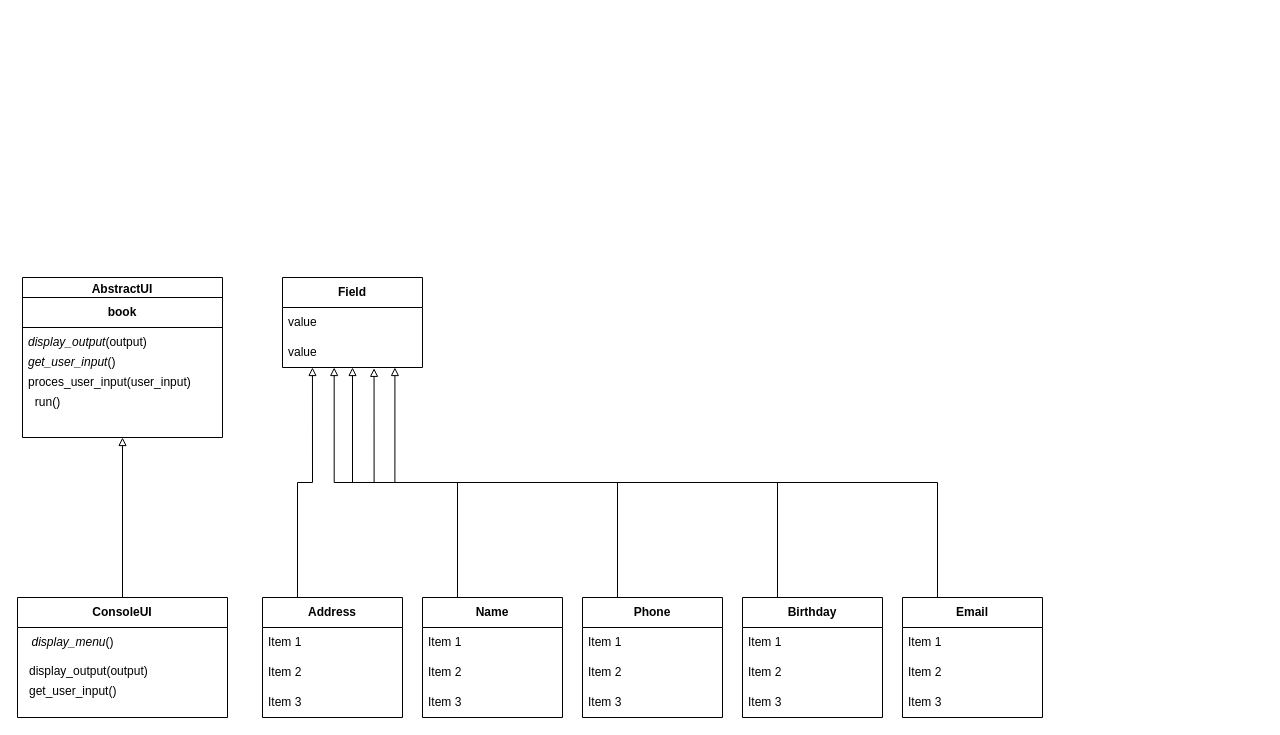
Above: M2/Untitled Diagram.drawio in olegdenko/Python_Web1_1 (draw.io), before the change. Source tidied: cells renumbered, new cells numbered last; positions are measured from the earlier drawing's top-left corner, leaving out a move shared by most shapes. Both pictures are drawn from the tidied source at 100%, with x=0, y=0 at pixel (17, 277).
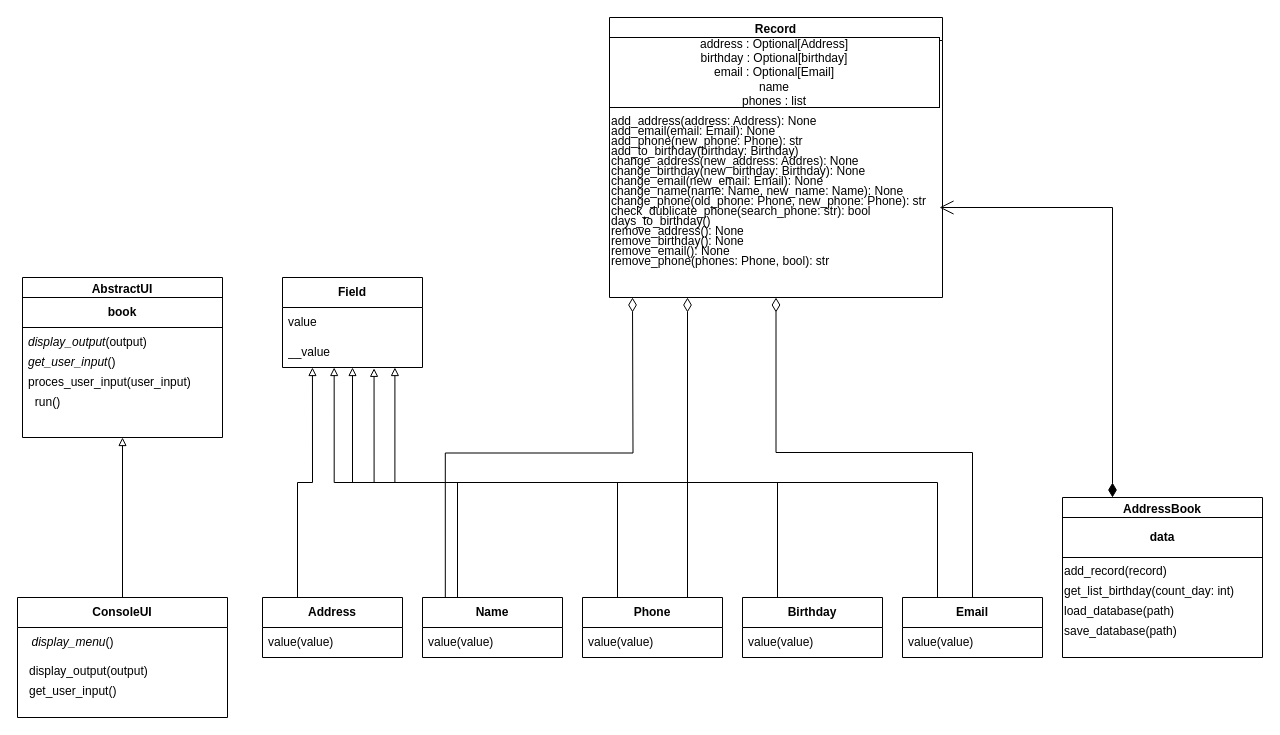
After the change.

Unchanged cells that the change refers to:
```xml
<mxCell id="13" value="&lt;b&gt;Field&lt;/b&gt;" style="swimlane;fontStyle=0;horizontal=1;startSize=30;whiteSpace=wrap;html=1;" parent="1" vertex="1">
  <mxGeometry x="265" width="140" height="90" as="geometry" />
</mxCell>
```

Change to the diagram source:
```diff
@@
-    <mxCell id="15" value="value" style="text;strokeColor=none;fillColor=none;align=left;verticalAlign=middle;spacingLeft=4;spacingRight=4;overflow=hidden;points=[[0,0.5],[1,0.5]];portConstraint=eastwest;whiteSpace=wrap;html=1;" parent="13" vertex="1">
+    <mxCell id="15" value="__value" style="text;strokeColor=none;fillColor=none;align=left;verticalAlign=middle;spacingLeft=4;spacingRight=4;overflow=hidden;points=[[0,0.5],[1,0.5]];portConstraint=eastwest;whiteSpace=wrap;html=1;" parent="13" vertex="1">
       <mxGeometry y="60" width="140" height="30" as="geometry" />
     </mxCell>
@@
+    <mxCell id="41" style="edgeStyle=orthogonalEdgeStyle;rounded=0;jettySize=auto;html=1;exitX=0.163;exitY=0.008;exitDx=0;exitDy=0;endArrow=diamondThin;endFill=0;endSize=12;exitPerimeter=0;" parent="1" edge="1" source="22">
+      <mxGeometry relative="1" as="geometry">
+        <mxPoint x="615" y="20" as="targetPoint" />
+      </mxGeometry>
+    </mxCell>
     <mxCell id="17" value="&lt;b&gt;Address&lt;/b&gt;" style="swimlane;fontStyle=0;horizontal=1;startSize=30;whiteSpace=wrap;html=1;" parent="1" vertex="1">
-      <mxGeometry x="245" y="320" width="140" height="120" as="geometry" />
+      <mxGeometry x="245" y="320" width="140" height="60" as="geometry" />
     </mxCell>
-    <mxCell id="18" value="Item 1" style="text;strokeColor=none;fillColor=none;align=left;verticalAlign=middle;spacingLeft=4;spacingRight=4;overflow=hidden;whiteSpace=wrap;html=1;" parent="17" vertex="1">
+    <mxCell id="18" value="value(value)" style="text;strokeColor=none;fillColor=none;align=left;verticalAlign=middle;spacingLeft=4;spacingRight=4;overflow=hidden;whiteSpace=wrap;html=1;" parent="17" vertex="1">
       <mxGeometry y="30" width="140" height="30" as="geometry" />
     </mxCell>
-    <mxCell id="19" value="Item 2" style="text;strokeColor=none;fillColor=none;align=left;verticalAlign=middle;spacingLeft=4;spacingRight=4;overflow=hidden;whiteSpace=wrap;html=1;" parent="17" vertex="1">
-      <mxGeometry y="60" width="140" height="30" as="geometry" />
-    </mxCell>
-    <mxCell id="20" value="Item 3" style="text;strokeColor=none;fillColor=none;align=left;verticalAlign=middle;spacingLeft=4;spacingRight=4;overflow=hidden;whiteSpace=wrap;html=1;" parent="17" vertex="1">
-      <mxGeometry y="90" width="140" height="30" as="geometry" />
-    </mxCell>
@@
     <mxCell id="22" value="&lt;b&gt;Name&lt;/b&gt;" style="swimlane;fontStyle=0;horizontal=1;startSize=30;whiteSpace=wrap;html=1;" parent="1" vertex="1">
-      <mxGeometry x="405" y="320" width="140" height="120" as="geometry" />
+      <mxGeometry x="405" y="320" width="140" height="60" as="geometry" />
     </mxCell>
-    <mxCell id="23" value="Item 1" style="text;strokeColor=none;fillColor=none;align=left;verticalAlign=middle;spacingLeft=4;spacingRight=4;overflow=hidden;whiteSpace=wrap;html=1;" parent="22" vertex="1">
+    <mxCell id="23" value="value(value)" style="text;strokeColor=none;fillColor=none;align=left;verticalAlign=middle;spacingLeft=4;spacingRight=4;overflow=hidden;whiteSpace=wrap;html=1;" parent="22" vertex="1">
       <mxGeometry y="30" width="140" height="30" as="geometry" />
     </mxCell>
-    <mxCell id="24" value="Item 2" style="text;strokeColor=none;fillColor=none;align=left;verticalAlign=middle;spacingLeft=4;spacingRight=4;overflow=hidden;whiteSpace=wrap;html=1;" parent="22" vertex="1">
-      <mxGeometry y="60" width="140" height="30" as="geometry" />
-    </mxCell>
-    <mxCell id="25" value="Item 3" style="text;strokeColor=none;fillColor=none;align=left;verticalAlign=middle;spacingLeft=4;spacingRight=4;overflow=hidden;whiteSpace=wrap;html=1;" parent="22" vertex="1">
-      <mxGeometry y="90" width="140" height="30" as="geometry" />
-    </mxCell>
@@
+    <mxCell id="42" style="edgeStyle=orthogonalEdgeStyle;rounded=0;jettySize=auto;html=1;exitX=0.75;exitY=0;exitDx=0;exitDy=0;endArrow=diamondThin;endFill=0;strokeWidth=1;endSize=12;" parent="1" edge="1" source="27">
+      <mxGeometry relative="1" as="geometry">
+        <mxPoint x="670" y="20" as="targetPoint" />
+      </mxGeometry>
+    </mxCell>
     <mxCell id="27" value="&lt;b&gt;Phone&lt;/b&gt;" style="swimlane;fontStyle=0;horizontal=1;startSize=30;whiteSpace=wrap;html=1;" parent="1" vertex="1">
-      <mxGeometry x="565" y="320" width="140" height="120" as="geometry" />
+      <mxGeometry x="565" y="320" width="140" height="60" as="geometry" />
     </mxCell>
-    <mxCell id="28" value="Item 1" style="text;strokeColor=none;fillColor=none;align=left;verticalAlign=middle;spacingLeft=4;spacingRight=4;overflow=hidden;whiteSpace=wrap;html=1;" parent="27" vertex="1">
+    <mxCell id="28" value="value(value)" style="text;strokeColor=none;fillColor=none;align=left;verticalAlign=middle;spacingLeft=4;spacingRight=4;overflow=hidden;whiteSpace=wrap;html=1;" parent="27" vertex="1">
       <mxGeometry y="30" width="140" height="30" as="geometry" />
     </mxCell>
-    <mxCell id="29" value="Item 2" style="text;strokeColor=none;fillColor=none;align=left;verticalAlign=middle;spacingLeft=4;spacingRight=4;overflow=hidden;whiteSpace=wrap;html=1;" parent="27" vertex="1">
-      <mxGeometry y="60" width="140" height="30" as="geometry" />
-    </mxCell>
-    <mxCell id="30" value="Item 3" style="text;strokeColor=none;fillColor=none;align=left;verticalAlign=middle;spacingLeft=4;spacingRight=4;overflow=hidden;whiteSpace=wrap;html=1;" parent="27" vertex="1">
-      <mxGeometry y="90" width="140" height="30" as="geometry" />
-    </mxCell>
@@
     <mxCell id="32" value="&lt;b&gt;Birthday&lt;/b&gt;" style="swimlane;fontStyle=0;horizontal=1;startSize=30;whiteSpace=wrap;html=1;" parent="1" vertex="1">
-      <mxGeometry x="725" y="320" width="140" height="120" as="geometry" />
+      <mxGeometry x="725" y="320" width="140" height="60" as="geometry" />
     </mxCell>
-    <mxCell id="33" value="Item 1" style="text;strokeColor=none;fillColor=none;align=left;verticalAlign=middle;spacingLeft=4;spacingRight=4;overflow=hidden;whiteSpace=wrap;html=1;" parent="32" vertex="1">
+    <mxCell id="33" value="value(value)" style="text;strokeColor=none;fillColor=none;align=left;verticalAlign=middle;spacingLeft=4;spacingRight=4;overflow=hidden;whiteSpace=wrap;html=1;" parent="32" vertex="1">
       <mxGeometry y="30" width="140" height="30" as="geometry" />
     </mxCell>
-    <mxCell id="34" value="Item 2" style="text;strokeColor=none;fillColor=none;align=left;verticalAlign=middle;spacingLeft=4;spacingRight=4;overflow=hidden;whiteSpace=wrap;html=1;" parent="32" vertex="1">
-      <mxGeometry y="60" width="140" height="30" as="geometry" />
-    </mxCell>
-    <mxCell id="35" value="Item 3" style="text;strokeColor=none;fillColor=none;align=left;verticalAlign=middle;spacingLeft=4;spacingRight=4;overflow=hidden;whiteSpace=wrap;html=1;" parent="32" vertex="1">
-      <mxGeometry y="90" width="140" height="30" as="geometry" />
-    </mxCell>
@@
+    <mxCell id="43" style="edgeStyle=orthogonalEdgeStyle;rounded=0;jettySize=auto;html=1;exitX=0.5;exitY=0;exitDx=0;exitDy=0;entryX=0.5;entryY=1;entryDx=0;entryDy=0;endArrow=diamondThin;endFill=0;endSize=12;" parent="1" edge="1" source="37" target="44">
+      <mxGeometry relative="1" as="geometry" />
+    </mxCell>
     <mxCell id="37" value="&lt;b&gt;Email&lt;/b&gt;" style="swimlane;fontStyle=0;horizontal=1;startSize=30;whiteSpace=wrap;html=1;" parent="1" vertex="1">
-      <mxGeometry x="885" y="320" width="140" height="120" as="geometry" />
+      <mxGeometry x="885" y="320" width="140" height="60" as="geometry" />
     </mxCell>
-    <mxCell id="38" value="Item 1" style="text;strokeColor=none;fillColor=none;align=left;verticalAlign=middle;spacingLeft=4;spacingRight=4;overflow=hidden;whiteSpace=wrap;html=1;" parent="37" vertex="1">
+    <mxCell id="38" value="value(value)" style="text;strokeColor=none;fillColor=none;align=left;verticalAlign=middle;spacingLeft=4;spacingRight=4;overflow=hidden;whiteSpace=wrap;html=1;" parent="37" vertex="1">
       <mxGeometry y="30" width="140" height="30" as="geometry" />
     </mxCell>
-    <mxCell id="39" value="Item 2" style="text;strokeColor=none;fillColor=none;align=left;verticalAlign=middle;spacingLeft=4;spacingRight=4;overflow=hidden;whiteSpace=wrap;html=1;" parent="37" vertex="1">
-      <mxGeometry y="60" width="140" height="30" as="geometry" />
-    </mxCell>
-    <mxCell id="40" value="Item 3" style="text;strokeColor=none;fillColor=none;align=left;verticalAlign=middle;spacingLeft=4;spacingRight=4;overflow=hidden;whiteSpace=wrap;html=1;" parent="37" vertex="1">
-      <mxGeometry y="90" width="140" height="30" as="geometry" />
-    </mxCell>
+    <mxCell id="44" value="Record" style="swimlane;whiteSpace=wrap;html=1;" parent="1" vertex="1">
+      <mxGeometry x="592" y="-260" width="333" height="280" as="geometry" />
+    </mxCell>
+    <mxCell id="45" value="address : Optional[Address]&lt;br&gt;birthday : Optional[birthday]&lt;br&gt;email : Optional[Email]&lt;br&gt;name&lt;br&gt;phones : list" style="rounded=0;whiteSpace=wrap;html=1;" parent="44" vertex="1">
+      <mxGeometry y="20" width="330" height="70" as="geometry" />
+    </mxCell>
+    <mxCell id="46" value="add_address(address: Address): None" style="text;whiteSpace=wrap;html=1;" parent="44" vertex="1">
+      <mxGeometry y="90" width="250" height="40" as="geometry" />
+    </mxCell>
+    <mxCell id="47" value="add_email(email: Email): None" style="text;whiteSpace=wrap;html=1;" parent="44" vertex="1">
+      <mxGeometry y="100" width="250" height="40" as="geometry" />
+    </mxCell>
+    <mxCell id="48" value="add_phone(new_phone: Phone): str" style="text;whiteSpace=wrap;html=1;" parent="44" vertex="1">
+      <mxGeometry y="110" width="250" height="40" as="geometry" />
+    </mxCell>
+    <mxCell id="49" value="add_to_birthday(birthday: Birthday)" style="text;whiteSpace=wrap;html=1;" parent="44" vertex="1">
+      <mxGeometry y="120" width="250" height="40" as="geometry" />
+    </mxCell>
+    <mxCell id="50" value="change_birthday(new_birthday: Birthday): None" style="text;whiteSpace=wrap;html=1;" parent="44" vertex="1">
+      <mxGeometry y="140" width="320" height="40" as="geometry" />
+    </mxCell>
+    <mxCell id="51" value="change_address(new_address: Addres): None" style="text;whiteSpace=wrap;html=1;" parent="44" vertex="1">
+      <mxGeometry y="130" width="290" height="40" as="geometry" />
+    </mxCell>
+    <mxCell id="52" value="change_email(new_email: Email): None" style="text;whiteSpace=wrap;html=1;" parent="44" vertex="1">
+      <mxGeometry y="150" width="290" height="40" as="geometry" />
+    </mxCell>
+    <mxCell id="53" value="change_name(name: Name, new_name: Name): None" style="text;whiteSpace=wrap;html=1;" parent="44" vertex="1">
+      <mxGeometry y="160" width="320" height="40" as="geometry" />
+    </mxCell>
+    <mxCell id="54" value="change_phone(old_phone: Phone, new_phone: Phone): str" style="text;whiteSpace=wrap;html=1;" parent="44" vertex="1">
+      <mxGeometry y="170" width="330" height="40" as="geometry" />
+    </mxCell>
+    <mxCell id="55" value="check_dublicate_phone(search_phone: str): bool" style="text;whiteSpace=wrap;html=1;" parent="44" vertex="1">
+      <mxGeometry y="180" width="330" height="40" as="geometry" />
+    </mxCell>
+    <mxCell id="56" value="days_to_birthday()" style="text;whiteSpace=wrap;html=1;" parent="44" vertex="1">
+      <mxGeometry y="190" width="330" height="40" as="geometry" />
+    </mxCell>
+    <mxCell id="57" value="remove_address(): None" style="text;whiteSpace=wrap;html=1;" parent="44" vertex="1">
+      <mxGeometry y="200" width="330" height="40" as="geometry" />
+    </mxCell>
+    <mxCell id="58" value="remove_birthday(): None" style="text;whiteSpace=wrap;html=1;" parent="44" vertex="1">
+      <mxGeometry y="210" width="170" height="40" as="geometry" />
+    </mxCell>
+    <mxCell id="59" value="remove_email(): None" style="text;whiteSpace=wrap;html=1;" parent="44" vertex="1">
+      <mxGeometry y="220" width="170" height="40" as="geometry" />
+    </mxCell>
+    <mxCell id="60" value="remove_phone(phones: Phone, bool): str" style="text;whiteSpace=wrap;html=1;" parent="44" vertex="1">
+      <mxGeometry y="230" width="330" height="40" as="geometry" />
+    </mxCell>
+    <mxCell id="61" style="edgeStyle=orthogonalEdgeStyle;rounded=0;jettySize=auto;html=1;exitX=0.25;exitY=0;exitDx=0;exitDy=0;entryX=1;entryY=0.25;entryDx=0;entryDy=0;endArrow=open;endFill=0;startArrow=diamondThin;startFill=1;endSize=12;sourcePerimeterSpacing=0;startSize=12;" parent="1" edge="1" source="62" target="55">
+      <mxGeometry relative="1" as="geometry" />
+    </mxCell>
+    <mxCell id="62" value="AddressBook" style="swimlane;whiteSpace=wrap;html=1;" parent="1" vertex="1">
+      <mxGeometry x="1045" y="220" width="200" height="160" as="geometry" />
+    </mxCell>
+    <mxCell id="63" value="&lt;b&gt;data&lt;/b&gt;" style="rounded=0;whiteSpace=wrap;html=1;" parent="62" vertex="1">
+      <mxGeometry y="20" width="200" height="40" as="geometry" />
+    </mxCell>
+    <mxCell id="64" value="add_record(record)" style="text;whiteSpace=wrap;html=1;" parent="62" vertex="1">
+      <mxGeometry y="60" width="170" height="40" as="geometry" />
+    </mxCell>
+    <mxCell id="65" value="get_list_birthday(count_day: int)" style="text;whiteSpace=wrap;html=1;" parent="62" vertex="1">
+      <mxGeometry y="80" width="190" height="40" as="geometry" />
+    </mxCell>
+    <mxCell id="66" value="load_database(path)" style="text;whiteSpace=wrap;html=1;" parent="62" vertex="1">
+      <mxGeometry y="100" width="170" height="40" as="geometry" />
+    </mxCell>
+    <mxCell id="67" value="save_database(path)" style="text;whiteSpace=wrap;html=1;" parent="62" vertex="1">
+      <mxGeometry y="120" width="170" height="40" as="geometry" />
+    </mxCell>
```
